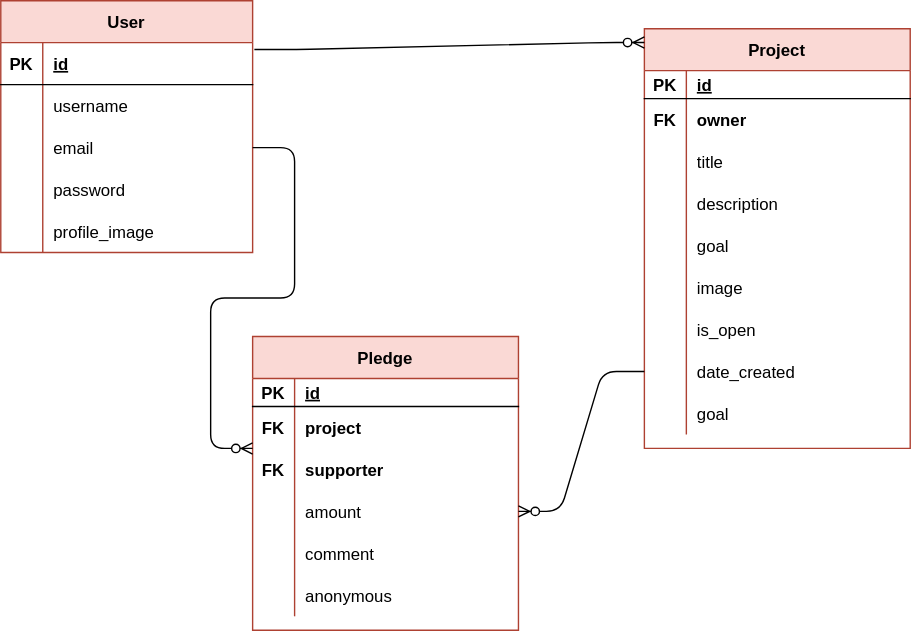
Earlier version of the draw.io export crowdfunding/projects/images/ERD.drawio.svg (ktechgau/crowdfunding_back_end). Source tidied: cells renumbered, new cells last; positions are measured from the earlier drawing's top-left corner, leaving out a move shared by most shapes.
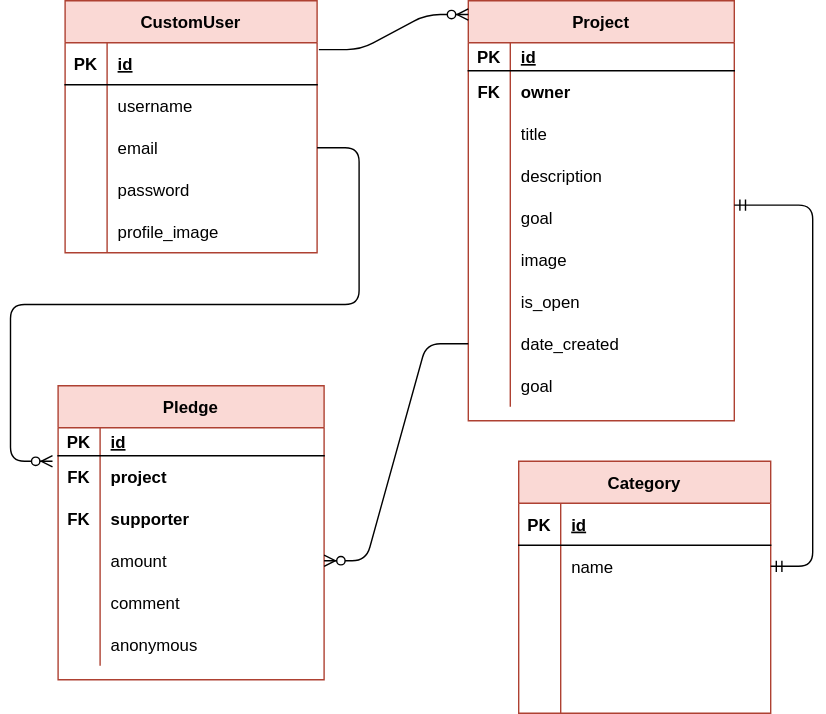
The same file after the commit.

Commit message:
changed databse schema

What changed in the source:
```diff
@@ -2,7 +2,7 @@
   <root>
     <mxCell id="0" />
     <mxCell id="1" parent="0" />
-    <mxCell id="2" value="User" style="shape=table;startSize=30;rowLines=0;fontStyle=1;align=center;fillColor=#fad9d5;strokeColor=#ae4132;" parent="1" vertex="1">
+    <mxCell id="2" value="CustomUser" style="shape=table;startSize=30;rowLines=0;fontStyle=1;align=center;fillColor=#fad9d5;strokeColor=#ae4132;" parent="1" vertex="1">
       <mxGeometry width="180" height="180" as="geometry" />
     </mxCell>
     <mxCell id="3" style="shape=tableRow;horizontal=0;startSize=0;swimlaneHead=0;swimlaneBody=0;fillColor=none;top=0;left=0;right=0;bottom=1;" parent="2" vertex="1">
@@ -51,7 +51,7 @@
       <mxGeometry x="30" width="150" height="30" as="geometry" />
     </mxCell>
     <mxCell id="18" value="Project" style="shape=table;startSize=30;rowLines=0;fontStyle=1;align=center;fillColor=#fad9d5;strokeColor=#ae4132;" parent="1" vertex="1">
-      <mxGeometry x="460" y="20" width="190" height="300" as="geometry" />
+      <mxGeometry x="288" width="190" height="300" as="geometry" />
     </mxCell>
     <mxCell id="19" style="shape=tableRow;horizontal=0;startSize=0;swimlaneHead=0;swimlaneBody=0;fillColor=none;top=0;left=0;right=0;bottom=1;" parent="18" vertex="1">
       <mxGeometry y="30" width="190" height="20" as="geometry" />
@@ -135,7 +135,7 @@
       <mxGeometry x="30" width="160" height="30" as="geometry" />
     </mxCell>
     <mxCell id="46" value="Pledge" style="shape=table;startSize=30;rowLines=0;fontStyle=1;align=center;fillColor=#fad9d5;strokeColor=#ae4132;" parent="1" vertex="1">
-      <mxGeometry x="180" y="240" width="190" height="210" as="geometry" />
+      <mxGeometry x="-5" y="275" width="190" height="210" as="geometry" />
     </mxCell>
     <mxCell id="47" style="shape=tableRow;horizontal=0;startSize=0;swimlaneHead=0;swimlaneBody=0;fillColor=none;top=0;left=0;right=0;bottom=1;" parent="46" vertex="1">
       <mxGeometry y="30" width="190" height="20" as="geometry" />
@@ -199,8 +199,61 @@
     </mxCell>
     <mxCell id="67" style="edgeStyle=entityRelationEdgeStyle;fontSize=12;html=1;endArrow=ERzeroToMany;endFill=1;exitX=1;exitY=0.5;exitDx=0;exitDy=0;" parent="1" edge="1" source="9">
       <mxGeometry relative="1" as="geometry">
-        <mxPoint x="180" y="320" as="targetPoint" />
+        <mxPoint x="-9" y="329" as="targetPoint" />
       </mxGeometry>
     </mxCell>
+    <mxCell id="68" value="Category" style="shape=table;startSize=30;rowLines=0;fontStyle=1;align=center;fillColor=#fad9d5;strokeColor=#ae4132;" parent="1" vertex="1">
+      <mxGeometry x="324" y="329" width="180" height="180" as="geometry" />
+    </mxCell>
+    <mxCell id="69" style="shape=tableRow;horizontal=0;startSize=0;swimlaneHead=0;swimlaneBody=0;fillColor=none;top=0;left=0;right=0;bottom=1;" parent="68" vertex="1">
+      <mxGeometry y="30" width="180" height="30" as="geometry" />
+    </mxCell>
+    <mxCell id="70" value="PK" style="shape=partialRectangle;fillColor=none;top=0;left=0;bottom=0;right=0;fontStyle=1;overflow=hidden;" parent="69" vertex="1">
+      <mxGeometry width="30" height="30" as="geometry" />
+    </mxCell>
+    <mxCell id="71" value="id" style="shape=partialRectangle;fillColor=none;top=0;left=0;bottom=0;right=0;align=left;spacingLeft=6;fontStyle=5;overflow=hidden;" parent="69" vertex="1">
+      <mxGeometry x="30" width="150" height="30" as="geometry" />
+    </mxCell>
+    <mxCell id="72" style="shape=tableRow;horizontal=0;startSize=0;swimlaneHead=0;swimlaneBody=0;fillColor=none;points=[[0,0.5],[1,0.5]];portConstraint=eastwest;top=0;left=0;right=0;bottom=0;" parent="68" vertex="1">
+      <mxGeometry y="60" width="180" height="30" as="geometry" />
+    </mxCell>
+    <mxCell id="73" style="shape=partialRectangle;fillColor=none;top=0;left=0;bottom=0;right=0;overflow=hidden;" parent="72" vertex="1">
+      <mxGeometry width="30" height="30" as="geometry" />
+    </mxCell>
+    <mxCell id="74" value="name" style="shape=partialRectangle;fillColor=none;top=0;left=0;bottom=0;right=0;align=left;spacingLeft=6;overflow=hidden;" parent="72" vertex="1">
+      <mxGeometry x="30" width="150" height="30" as="geometry" />
+    </mxCell>
+    <mxCell id="75" style="shape=tableRow;horizontal=0;startSize=0;swimlaneHead=0;swimlaneBody=0;fillColor=none;top=0;left=0;right=0;bottom=0;" parent="68" vertex="1">
+      <mxGeometry y="90" width="180" height="30" as="geometry" />
+    </mxCell>
+    <mxCell id="76" style="shape=partialRectangle;fillColor=none;top=0;left=0;bottom=0;right=0;overflow=hidden;" parent="75" vertex="1">
+      <mxGeometry width="30" height="30" as="geometry" />
+    </mxCell>
+    <mxCell id="77" style="shape=partialRectangle;fillColor=none;top=0;left=0;bottom=0;right=0;align=left;spacingLeft=6;overflow=hidden;" parent="75" vertex="1">
+      <mxGeometry x="30" width="150" height="30" as="geometry" />
+    </mxCell>
+    <mxCell id="78" style="shape=tableRow;horizontal=0;startSize=0;swimlaneHead=0;swimlaneBody=0;fillColor=none;top=0;left=0;right=0;bottom=0;" parent="68" vertex="1">
+      <mxGeometry y="120" width="180" height="30" as="geometry" />
+    </mxCell>
+    <mxCell id="79" style="shape=partialRectangle;fillColor=none;top=0;left=0;bottom=0;right=0;overflow=hidden;" parent="78" vertex="1">
+      <mxGeometry width="30" height="30" as="geometry" />
+    </mxCell>
+    <mxCell id="80" style="shape=partialRectangle;fillColor=none;top=0;left=0;bottom=0;right=0;align=left;spacingLeft=6;overflow=hidden;" parent="78" vertex="1">
+      <mxGeometry x="30" width="150" height="30" as="geometry" />
+    </mxCell>
+    <mxCell id="81" style="shape=tableRow;horizontal=0;startSize=0;swimlaneHead=0;swimlaneBody=0;fillColor=none;top=0;left=0;right=0;bottom=0;" parent="68" vertex="1">
+      <mxGeometry y="150" width="180" height="30" as="geometry" />
+    </mxCell>
+    <mxCell id="82" style="shape=partialRectangle;fillColor=none;top=0;left=0;bottom=0;right=0;overflow=hidden;" parent="81" vertex="1">
+      <mxGeometry width="30" height="30" as="geometry" />
+    </mxCell>
+    <mxCell id="83" style="shape=partialRectangle;fillColor=none;top=0;left=0;bottom=0;right=0;align=left;spacingLeft=6;overflow=hidden;" parent="81" vertex="1">
+      <mxGeometry x="30" width="150" height="30" as="geometry" />
+    </mxCell>
+    <mxCell id="84" style="edgeStyle=entityRelationEdgeStyle;fontSize=12;html=1;endArrow=ERmandOne;startArrow=ERmandOne;" parent="1" edge="1" target="72">
+      <mxGeometry relative="1" as="geometry">
+        <mxPoint x="478" y="146" as="sourcePoint" />
+      </mxGeometry>
+    </mxCell>
   </root>
 </mxGraphModel>
```
